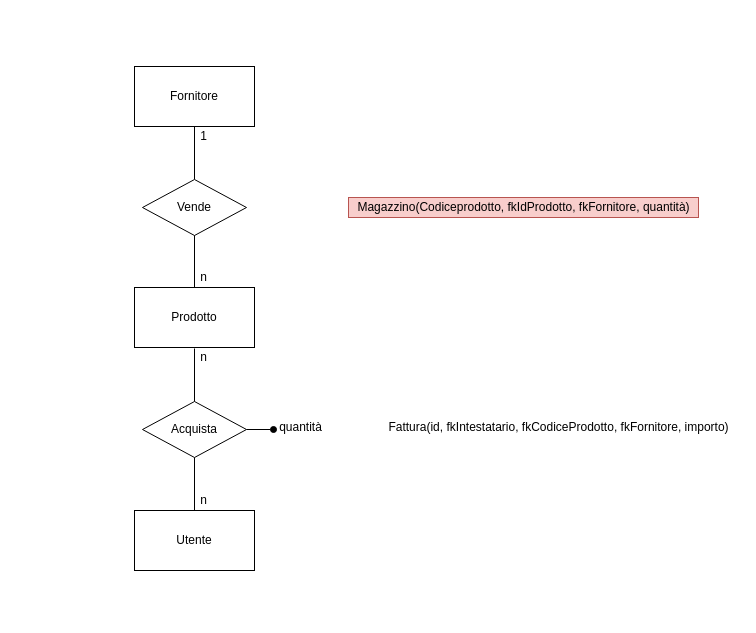
Earlier version of the draw.io diagram direttive/DiagrammaER.drawio (LucaAnto01/AP_WebShop). Source tidied: cells renumbered, new cells numbered last; positions are measured from the earlier drawing's top-left corner, leaving out a move shared by most shapes. Both pictures are drawn from the tidied source at 100%, with x=0, y=0 at pixel (134, 66).
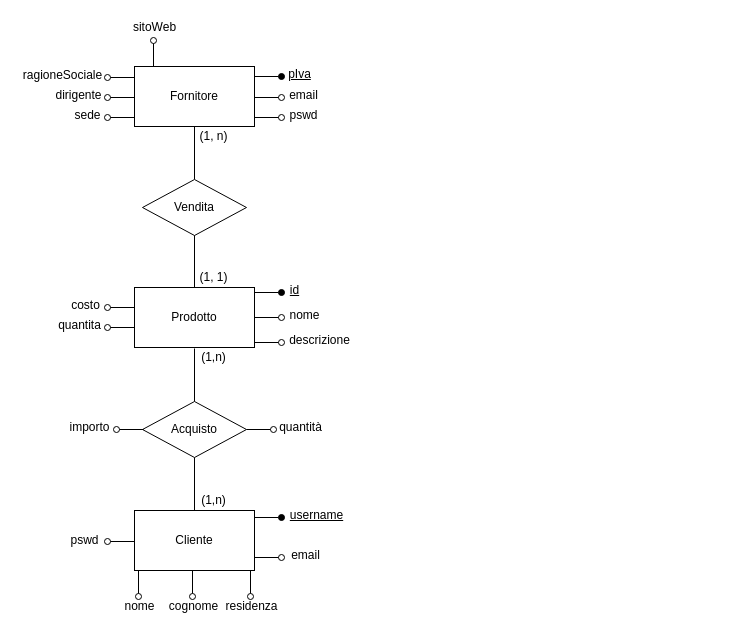
The same page after the edit.

Commit message (it also covers changes not shown here):
Completamento diagramma ER

The edit, as a diff of the source:
```diff
@@
-    <mxCell id="4" value="Utente" style="rounded=0;whiteSpace=wrap;html=1;" parent="1" vertex="1">
+    <mxCell id="4" value="Cliente" style="rounded=0;whiteSpace=wrap;html=1;" parent="1" vertex="1">
       <mxGeometry y="444" width="120" height="60" as="geometry" />
     </mxCell>
-    <mxCell id="5" value="Acquista" style="rhombus;whiteSpace=wrap;html=1;" parent="1" vertex="1">
+    <mxCell id="5" value="Acquisto" style="rhombus;whiteSpace=wrap;html=1;" parent="1" vertex="1">
       <mxGeometry x="8" y="335" width="104" height="56" as="geometry" />
     </mxCell>
@@
-    <mxCell id="9" value="1" style="text;html=1;align=center;verticalAlign=middle;strokeColor=none;fillColor=none;" parent="1" vertex="1">
-      <mxGeometry x="59" y="60" width="20" height="20" as="geometry" />
-    </mxCell>
-    <mxCell id="10" value="n" style="text;html=1;align=center;verticalAlign=middle;strokeColor=none;fillColor=none;" parent="1" vertex="1">
-      <mxGeometry x="59" y="201" width="20" height="20" as="geometry" />
-    </mxCell>
@@
-    <mxCell id="12" value="&lt;div&gt;n&lt;/div&gt;" style="text;html=1;align=center;verticalAlign=middle;strokeColor=none;fillColor=none;" parent="1" vertex="1">
-      <mxGeometry x="59" y="281" width="20" height="20" as="geometry" />
-    </mxCell>
-    <mxCell id="13" value="n" style="text;html=1;align=center;verticalAlign=middle;strokeColor=none;fillColor=none;" parent="1" vertex="1">
-      <mxGeometry x="59" y="424" width="20" height="20" as="geometry" />
-    </mxCell>
-    <mxCell id="14" value="Vende" style="rhombus;whiteSpace=wrap;html=1;" parent="1" vertex="1">
+    <mxCell id="14" value="Vendita" style="rhombus;whiteSpace=wrap;html=1;" parent="1" vertex="1">
       <mxGeometry x="8" y="113" width="104" height="56" as="geometry" />
     </mxCell>
-    <mxCell id="15" value="Fattura(id, fkIntestatario, fkCodiceProdotto, fkFornitore, importo)" style="text;html=1;align=center;verticalAlign=middle;strokeColor=none;fillColor=none;" parent="1" vertex="1">
-      <mxGeometry x="244" y="351" width="360" height="20" as="geometry" />
-    </mxCell>
-    <mxCell id="16" value="Magazzino(Codiceprodotto, fkIdProdotto, fkFornitore, quantità)" style="text;html=1;align=center;verticalAlign=middle;strokeColor=#b85450;fillColor=#f8cecc;" parent="1" vertex="1">
-      <mxGeometry x="214" y="131" width="350" height="20" as="geometry" />
-    </mxCell>
-    <mxCell id="17" style="endArrow=oval;html=1;rounded=0;exitX=1;exitY=0.5;exitDx=0;exitDy=0;endFill=1;" parent="1" edge="1" source="5">
+    <mxCell id="17" style="endArrow=oval;html=1;rounded=0;exitX=1;exitY=0.5;exitDx=0;exitDy=0;endFill=0;" parent="1" edge="1" source="5">
       <mxGeometry relative="1" as="geometry">
         <mxPoint x="139" y="363" as="targetPoint" />
       </mxGeometry>
     </mxCell>
@@
+    <mxCell id="19" value="(1, n)" style="text;html=1;align=center;verticalAlign=middle;strokeColor=none;fillColor=none;" parent="1" vertex="1">
+      <mxGeometry x="59" y="60" width="40" height="20" as="geometry" />
+    </mxCell>
+    <mxCell id="20" value="(1, 1)" style="text;html=1;align=center;verticalAlign=middle;strokeColor=none;fillColor=none;" parent="1" vertex="1">
+      <mxGeometry x="59" y="201" width="40" height="20" as="geometry" />
+    </mxCell>
+    <mxCell id="21" value="(1,n)" style="text;html=1;align=center;verticalAlign=middle;strokeColor=none;fillColor=none;" parent="1" vertex="1">
+      <mxGeometry x="59" y="424" width="40" height="20" as="geometry" />
+    </mxCell>
+    <mxCell id="22" value="&lt;div&gt;(1,n)&lt;/div&gt;" style="text;html=1;align=center;verticalAlign=middle;strokeColor=none;fillColor=none;" parent="1" vertex="1">
+      <mxGeometry x="59" y="281" width="40" height="20" as="geometry" />
+    </mxCell>
+    <mxCell id="23" style="endArrow=oval;html=1;rounded=0;exitX=1;exitY=0.5;exitDx=0;exitDy=0;endFill=1;" parent="1" edge="1">
+      <mxGeometry relative="1" as="geometry">
+        <mxPoint x="120" y="451" as="sourcePoint" />
+        <mxPoint x="147" y="451" as="targetPoint" />
+      </mxGeometry>
+    </mxCell>
+    <mxCell id="24" value="&lt;div&gt;&lt;u&gt;username&lt;/u&gt;&lt;/div&gt;" style="text;html=1;align=center;verticalAlign=middle;strokeColor=none;fillColor=none;" parent="1" vertex="1">
+      <mxGeometry x="147" y="439" width="70" height="20" as="geometry" />
+    </mxCell>
+    <mxCell id="25" style="endArrow=oval;html=1;rounded=0;exitX=1;exitY=0.5;exitDx=0;exitDy=0;endFill=0;" parent="1" edge="1">
+      <mxGeometry relative="1" as="geometry">
+        <mxPoint x="120" y="491" as="sourcePoint" />
+        <mxPoint x="147" y="491" as="targetPoint" />
+      </mxGeometry>
+    </mxCell>
+    <mxCell id="26" value="email" style="text;html=1;align=center;verticalAlign=middle;strokeColor=none;fillColor=none;" parent="1" vertex="1">
+      <mxGeometry x="151" y="479" width="40" height="20" as="geometry" />
+    </mxCell>
+    <mxCell id="27" value="pswd" style="text;html=1;align=center;verticalAlign=middle;strokeColor=none;fillColor=none;" parent="1" vertex="1">
+      <mxGeometry x="-70" y="464" width="40" height="20" as="geometry" />
+    </mxCell>
+    <mxCell id="28" style="endArrow=oval;html=1;rounded=0;exitX=1;exitY=0.5;exitDx=0;exitDy=0;endFill=0;" parent="1" edge="1">
+      <mxGeometry relative="1" as="geometry">
+        <mxPoint y="475" as="sourcePoint" />
+        <mxPoint x="-27" y="475" as="targetPoint" />
+      </mxGeometry>
+    </mxCell>
+    <mxCell id="29" value="nome" style="text;html=1;align=center;verticalAlign=middle;strokeColor=none;fillColor=none;" parent="1" vertex="1">
+      <mxGeometry x="-20" y="530" width="50" height="20" as="geometry" />
+    </mxCell>
+    <mxCell id="30" style="endArrow=oval;html=1;rounded=0;exitX=1;exitY=0.5;exitDx=0;exitDy=0;endFill=0;" parent="1" edge="1">
+      <mxGeometry relative="1" as="geometry">
+        <mxPoint x="4" y="504" as="sourcePoint" />
+        <mxPoint x="4" y="530" as="targetPoint" />
+      </mxGeometry>
+    </mxCell>
+    <mxCell id="31" value="cognome" style="text;html=1;align=center;verticalAlign=middle;strokeColor=none;fillColor=none;" parent="1" vertex="1">
+      <mxGeometry x="29" y="530" width="60" height="20" as="geometry" />
+    </mxCell>
+    <mxCell id="32" style="endArrow=oval;html=1;rounded=0;exitX=1;exitY=0.5;exitDx=0;exitDy=0;endFill=0;" parent="1" edge="1">
+      <mxGeometry relative="1" as="geometry">
+        <mxPoint x="58" y="504" as="sourcePoint" />
+        <mxPoint x="58" y="530" as="targetPoint" />
+      </mxGeometry>
+    </mxCell>
+    <mxCell id="33" value="residenza" style="text;html=1;align=center;verticalAlign=middle;strokeColor=none;fillColor=none;" parent="1" vertex="1">
+      <mxGeometry x="82" y="530" width="70" height="20" as="geometry" />
+    </mxCell>
+    <mxCell id="34" style="endArrow=oval;html=1;rounded=0;exitX=1;exitY=0.5;exitDx=0;exitDy=0;endFill=0;" parent="1" edge="1">
+      <mxGeometry relative="1" as="geometry">
+        <mxPoint x="116" y="504" as="sourcePoint" />
+        <mxPoint x="116" y="530" as="targetPoint" />
+      </mxGeometry>
+    </mxCell>
+    <mxCell id="35" value="importo" style="text;html=1;align=center;verticalAlign=middle;strokeColor=none;fillColor=none;" parent="1" vertex="1">
+      <mxGeometry x="-70" y="351" width="50" height="20" as="geometry" />
+    </mxCell>
+    <mxCell id="36" style="endArrow=oval;html=1;rounded=0;exitX=1;exitY=0.5;exitDx=0;exitDy=0;endFill=0;" parent="1" edge="1">
+      <mxGeometry relative="1" as="geometry">
+        <mxPoint x="9" y="363" as="sourcePoint" />
+        <mxPoint x="-18" y="363" as="targetPoint" />
+      </mxGeometry>
+    </mxCell>
+    <mxCell id="37" style="endArrow=oval;html=1;rounded=0;exitX=1;exitY=0.5;exitDx=0;exitDy=0;endFill=1;" parent="1" edge="1">
+      <mxGeometry relative="1" as="geometry">
+        <mxPoint x="120" y="226" as="sourcePoint" />
+        <mxPoint x="147" y="226" as="targetPoint" />
+      </mxGeometry>
+    </mxCell>
+    <mxCell id="38" value="&lt;u&gt;id&lt;/u&gt;" style="text;html=1;align=center;verticalAlign=middle;strokeColor=none;fillColor=none;" parent="1" vertex="1">
+      <mxGeometry x="150" y="214" width="20" height="20" as="geometry" />
+    </mxCell>
+    <mxCell id="39" style="endArrow=oval;html=1;rounded=0;exitX=1;exitY=0.5;exitDx=0;exitDy=0;endFill=0;" parent="1" edge="1">
+      <mxGeometry relative="1" as="geometry">
+        <mxPoint x="120" y="251" as="sourcePoint" />
+        <mxPoint x="147" y="251" as="targetPoint" />
+      </mxGeometry>
+    </mxCell>
+    <mxCell id="40" value="nome" style="text;html=1;align=center;verticalAlign=middle;strokeColor=none;fillColor=none;" parent="1" vertex="1">
+      <mxGeometry x="145" y="239" width="50" height="20" as="geometry" />
+    </mxCell>
+    <mxCell id="41" style="endArrow=oval;html=1;rounded=0;exitX=1;exitY=0.5;exitDx=0;exitDy=0;endFill=0;" parent="1" edge="1">
+      <mxGeometry relative="1" as="geometry">
+        <mxPoint x="120" y="276" as="sourcePoint" />
+        <mxPoint x="147" y="276" as="targetPoint" />
+      </mxGeometry>
+    </mxCell>
+    <mxCell id="42" value="descrizione" style="text;html=1;align=center;verticalAlign=middle;strokeColor=none;fillColor=none;" parent="1" vertex="1">
+      <mxGeometry x="145" y="264" width="80" height="20" as="geometry" />
+    </mxCell>
+    <mxCell id="43" value="costo" style="text;html=1;align=center;verticalAlign=middle;strokeColor=none;fillColor=none;" parent="1" vertex="1">
+      <mxGeometry x="-69" y="229" width="40" height="20" as="geometry" />
+    </mxCell>
+    <mxCell id="44" style="endArrow=oval;html=1;rounded=0;exitX=1;exitY=0.5;exitDx=0;exitDy=0;endFill=0;" parent="1" edge="1">
+      <mxGeometry relative="1" as="geometry">
+        <mxPoint y="241" as="sourcePoint" />
+        <mxPoint x="-27" y="241" as="targetPoint" />
+      </mxGeometry>
+    </mxCell>
+    <mxCell id="45" value="quantita" style="text;html=1;align=center;verticalAlign=middle;strokeColor=none;fillColor=none;" parent="1" vertex="1">
+      <mxGeometry x="-85" y="249" width="60" height="20" as="geometry" />
+    </mxCell>
+    <mxCell id="46" style="endArrow=oval;html=1;rounded=0;exitX=1;exitY=0.5;exitDx=0;exitDy=0;endFill=0;" parent="1" edge="1">
+      <mxGeometry relative="1" as="geometry">
+        <mxPoint y="261" as="sourcePoint" />
+        <mxPoint x="-27" y="261" as="targetPoint" />
+      </mxGeometry>
+    </mxCell>
+    <mxCell id="47" style="endArrow=oval;html=1;rounded=0;exitX=1;exitY=0.5;exitDx=0;exitDy=0;endFill=1;" parent="1" edge="1">
+      <mxGeometry relative="1" as="geometry">
+        <mxPoint x="120" y="10" as="sourcePoint" />
+        <mxPoint x="147" y="10" as="targetPoint" />
+      </mxGeometry>
+    </mxCell>
+    <mxCell id="48" value="&lt;u&gt;pIva&lt;/u&gt;" style="text;html=1;align=center;verticalAlign=middle;strokeColor=none;fillColor=none;" parent="1" vertex="1">
+      <mxGeometry x="145" y="-2" width="40" height="20" as="geometry" />
+    </mxCell>
+    <mxCell id="49" style="endArrow=oval;html=1;rounded=0;exitX=1;exitY=0.5;exitDx=0;exitDy=0;endFill=0;" parent="1" edge="1">
+      <mxGeometry relative="1" as="geometry">
+        <mxPoint x="120" y="31" as="sourcePoint" />
+        <mxPoint x="147" y="31" as="targetPoint" />
+      </mxGeometry>
+    </mxCell>
+    <mxCell id="50" value="email" style="text;html=1;align=center;verticalAlign=middle;strokeColor=none;fillColor=none;" parent="1" vertex="1">
+      <mxGeometry x="149" y="19" width="40" height="20" as="geometry" />
+    </mxCell>
+    <mxCell id="51" style="endArrow=oval;html=1;rounded=0;exitX=1;exitY=0.5;exitDx=0;exitDy=0;endFill=0;" parent="1" edge="1">
+      <mxGeometry relative="1" as="geometry">
+        <mxPoint x="120" y="51" as="sourcePoint" />
+        <mxPoint x="147" y="51" as="targetPoint" />
+      </mxGeometry>
+    </mxCell>
+    <mxCell id="52" value="pswd" style="text;html=1;align=center;verticalAlign=middle;strokeColor=none;fillColor=none;" parent="1" vertex="1">
+      <mxGeometry x="149" y="39" width="40" height="20" as="geometry" />
+    </mxCell>
+    <mxCell id="53" value="ragioneSociale" style="text;html=1;align=center;verticalAlign=middle;strokeColor=none;fillColor=none;" parent="1" vertex="1">
+      <mxGeometry x="-117" y="-1" width="90" height="20" as="geometry" />
+    </mxCell>
+    <mxCell id="54" style="endArrow=oval;html=1;rounded=0;exitX=1;exitY=0.5;exitDx=0;exitDy=0;endFill=0;" parent="1" edge="1">
+      <mxGeometry relative="1" as="geometry">
+        <mxPoint y="11" as="sourcePoint" />
+        <mxPoint x="-27" y="11" as="targetPoint" />
+      </mxGeometry>
+    </mxCell>
+    <mxCell id="55" value="dirigente" style="text;html=1;align=center;verticalAlign=middle;strokeColor=none;fillColor=none;" parent="1" vertex="1">
+      <mxGeometry x="-86" y="19" width="60" height="20" as="geometry" />
+    </mxCell>
+    <mxCell id="56" style="endArrow=oval;html=1;rounded=0;exitX=1;exitY=0.5;exitDx=0;exitDy=0;endFill=0;" parent="1" edge="1">
+      <mxGeometry relative="1" as="geometry">
+        <mxPoint y="31" as="sourcePoint" />
+        <mxPoint x="-27" y="31" as="targetPoint" />
+      </mxGeometry>
+    </mxCell>
+    <mxCell id="57" value="sede" style="text;html=1;align=center;verticalAlign=middle;strokeColor=none;fillColor=none;" parent="1" vertex="1">
+      <mxGeometry x="-67" y="39" width="40" height="20" as="geometry" />
+    </mxCell>
+    <mxCell id="58" style="endArrow=oval;html=1;rounded=0;exitX=1;exitY=0.5;exitDx=0;exitDy=0;endFill=0;" parent="1" edge="1">
+      <mxGeometry relative="1" as="geometry">
+        <mxPoint y="51" as="sourcePoint" />
+        <mxPoint x="-27" y="51" as="targetPoint" />
+      </mxGeometry>
+    </mxCell>
+    <mxCell id="59" value="sitoWeb" style="text;html=1;align=center;verticalAlign=middle;strokeColor=none;fillColor=none;" parent="1" vertex="1">
+      <mxGeometry x="-10" y="-49" width="60" height="20" as="geometry" />
+    </mxCell>
+    <mxCell id="60" style="endArrow=oval;html=1;rounded=0;exitX=1;exitY=0.5;exitDx=0;exitDy=0;endFill=0;" parent="1" edge="1">
+      <mxGeometry relative="1" as="geometry">
+        <mxPoint x="19" as="sourcePoint" />
+        <mxPoint x="19" y="-26" as="targetPoint" />
+      </mxGeometry>
+    </mxCell>
```
